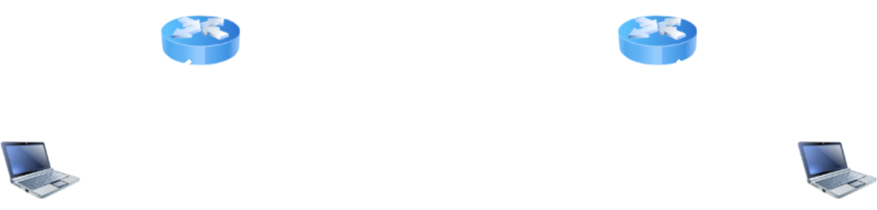
The draw.io diagram CCNP 350-401 ENCOR/02 - Virtualization/18 - Considerações sobre MTU e MSS e Túneis GRE/Imagens/mtu.png in alcancil/Cisco, before a commit. Source tidied: cells renumbered, new cells last; positions are measured from the earlier drawing's top-left corner, leaving out a move shared by most shapes.
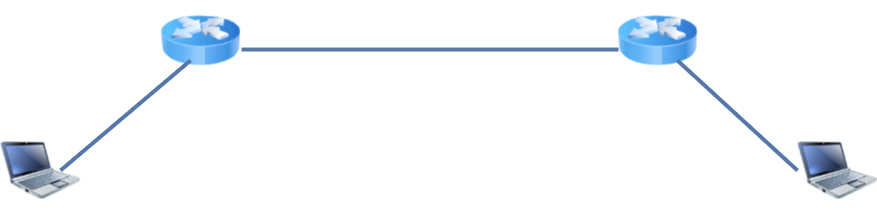
The same diagram one commit later.

Commit message:
Alterado o arquivo readme.md

What changed in the source:
```diff
@@ -14,16 +14,16 @@
     <mxCell id="5" style="image;html=1;image=img/lib/clip_art/computers/Netbook_128x128.png;" parent="1" vertex="1">
       <mxGeometry x="797" y="130" width="80" height="80" as="geometry" />
     </mxCell>
-    <mxCell id="6" style="endArrow=none;html=1;rounded=0;strokeWidth=4;exitX=1.013;exitY=0.613;exitDx=0;exitDy=0;exitPerimeter=0;entryX=0.013;entryY=0.613;entryDx=0;entryDy=0;entryPerimeter=0;" parent="1" edge="1" source="2" target="3">
+    <mxCell id="6" style="endArrow=none;html=1;rounded=0;strokeWidth=4;exitX=1.013;exitY=0.613;exitDx=0;exitDy=0;exitPerimeter=0;entryX=0.013;entryY=0.613;entryDx=0;entryDy=0;entryPerimeter=0;fillColor=#dae8fc;strokeColor=#6c8ebf;" parent="1" edge="1" source="2" target="3">
       <mxGeometry relative="1" as="geometry" />
     </mxCell>
-    <mxCell id="7" style="endArrow=none;html=1;rounded=0;strokeWidth=4;" parent="1" edge="1">
+    <mxCell id="7" style="endArrow=none;html=1;rounded=0;strokeWidth=4;fillColor=#dae8fc;strokeColor=#6c8ebf;" parent="1" edge="1">
       <mxGeometry relative="1" as="geometry">
         <mxPoint x="60" y="170" as="sourcePoint" />
         <mxPoint x="190" y="60" as="targetPoint" />
       </mxGeometry>
     </mxCell>
-    <mxCell id="8" style="endArrow=none;html=1;rounded=0;strokeWidth=4;exitX=0;exitY=0.5;exitDx=0;exitDy=0;" parent="1" edge="1" source="5">
+    <mxCell id="8" style="endArrow=none;html=1;rounded=0;strokeWidth=4;exitX=0;exitY=0.5;exitDx=0;exitDy=0;fillColor=#dae8fc;strokeColor=#6c8ebf;" parent="1" edge="1" source="5">
       <mxGeometry relative="1" as="geometry">
         <mxPoint x="677" y="60" as="targetPoint" />
       </mxGeometry>
```
